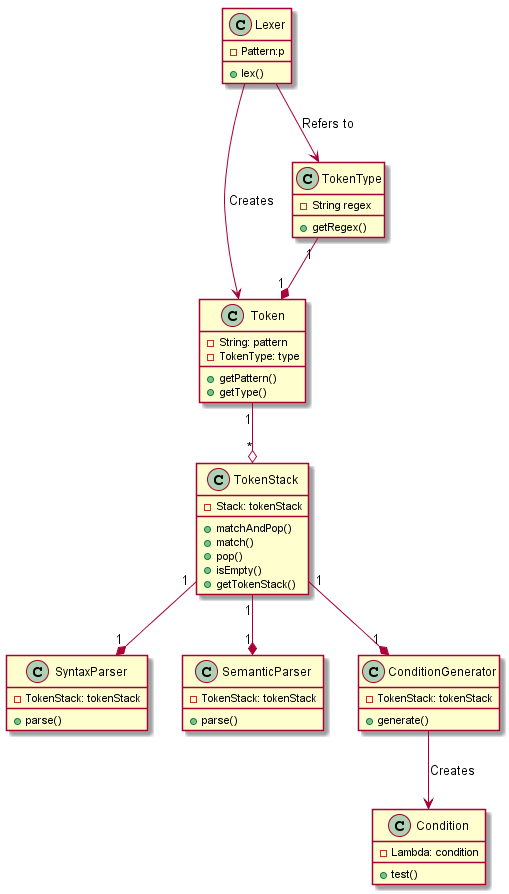
This is docs/images/ParserClassDiagram.png from CS2103JAN2018-F09-B3/addressbook-level4, a PlantUML export, as it was before one commit.
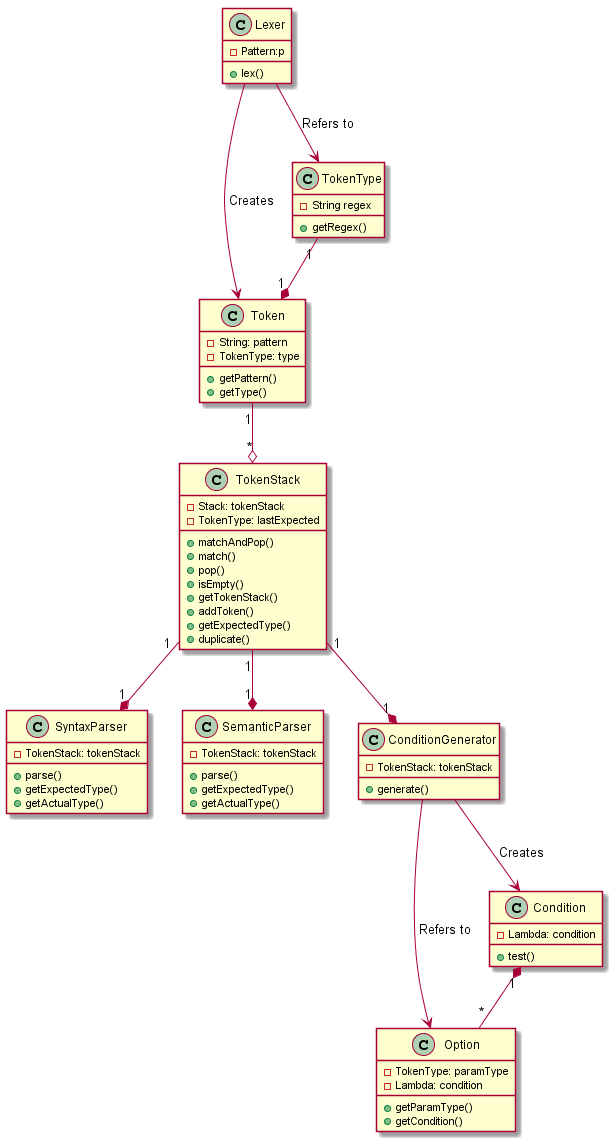
After the commit.

Diff of the diagram source:
```diff
@@ -7,11 +7,15 @@
 class SyntaxParser {
 	- TokenStack: tokenStack
 	+ parse()
+	+ getExpectedType()
+	+ getActualType()
 }
 
 class SemanticParser {
 	- TokenStack: tokenStack
 	+ parse()
+	+ getExpectedType()
+	+ getActualType()
 }
 
 class ConditionGenerator {
@@ -33,11 +37,22 @@
 
 class TokenStack {
 	- Stack: tokenStack
+	- TokenType: lastExpected
 	+ matchAndPop()
 	+ match()
 	+ pop()
 	+ isEmpty()
 	+ getTokenStack()
+	+ addToken()
+	+ getExpectedType()
+	+ duplicate()
+}
+
+class Option {
+	- TokenType: paramType
+	- Lambda: condition
+	+ getParamType()
+	+ getCondition()
 }
 
 class Condition {
@@ -53,4 +68,6 @@
 Lexer --> TokenType : Refers to
 Lexer --> Token : Creates
 ConditionGenerator --> Condition : Creates
+ConditionGenerator --> Option : Refers to
+Condition "1" *-- "*" Option
 @enduml
```
